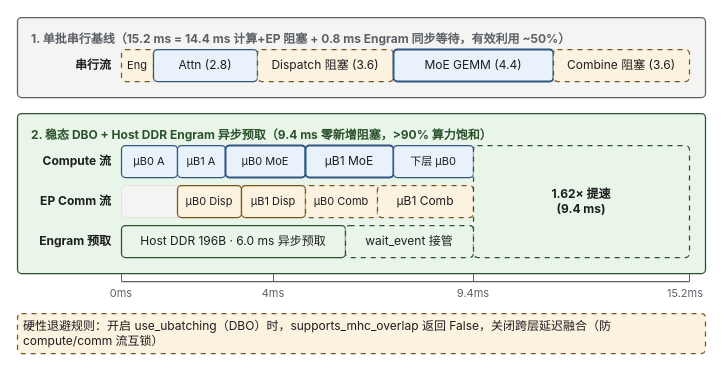
xingcanlee/infra-note keeps this draw.io diagram as src/content/posts/deepseek/10-architecture-synthesis/diagrams/10-cluster-dbo-engram.drawio. Above is the earlier version. Source tidied: cells renumbered, new cells numbered last; positions are measured from the earlier drawing's top-left corner, leaving out a move shared by most shapes. Both pictures are drawn from the tidied source at 100%, with x=0, y=0 at pixel (17, 17).
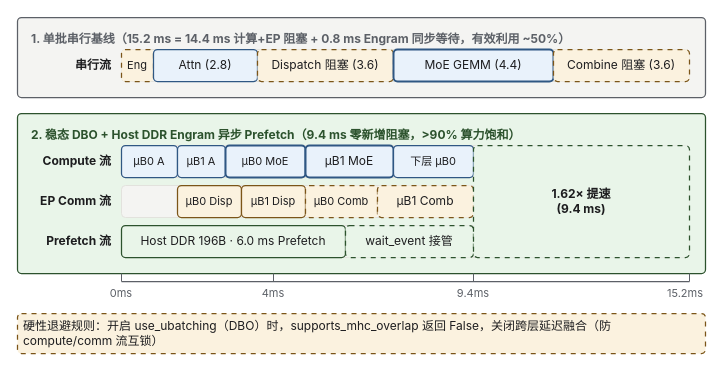
The same page after the edit.

What changed in the source:
```diff
@@
-    <mxCell id="12" value="2. 稳态 DBO + Host DDR Engram 异步预取（9.4 ms 零新增阻塞，&amp;gt;90% 算力饱和）" style="rounded=1;absoluteArcSize=1;arcSize=8;whiteSpace=wrap;html=1;fillColor=#e9f5e9;strokeColor=#2c522d;strokeWidth=1.25;verticalAlign=top;align=left;spacingLeft=12;spacingTop=8;fontFamily=Inter, Noto Sans SC;fontSize=12;fontStyle=1;fontColor=#2c522d;" parent="1" vertex="1">
+    <mxCell id="12" value="2. 稳态 DBO + Host DDR Engram 异步 Prefetch（9.4 ms 零新增阻塞，&amp;gt;90% 算力饱和）" style="rounded=1;absoluteArcSize=1;arcSize=8;whiteSpace=wrap;html=1;fillColor=#e9f5e9;strokeColor=#2c522d;strokeWidth=1.25;verticalAlign=top;align=left;spacingLeft=12;spacingTop=8;fontFamily=Inter, Noto Sans SC;fontSize=12;fontStyle=1;fontColor=#2c522d;" parent="1" vertex="1">
       <mxGeometry y="96" width="688" height="160" as="geometry" />
     </mxCell>
@@
-    <mxCell id="30" value="Engram 预取" style="text;html=1;whiteSpace=wrap;align=right;verticalAlign=middle;fontFamily=Inter, Noto Sans SC;fontSize=12;fontStyle=1;fontColor=#1d1d1f;" parent="1" vertex="1">
+    <mxCell id="30" value="Prefetch 流" style="text;html=1;whiteSpace=wrap;align=right;verticalAlign=middle;fontFamily=Inter, Noto Sans SC;fontSize=12;fontStyle=1;fontColor=#1d1d1f;" parent="1" vertex="1">
       <mxGeometry x="8" y="208" width="88" height="32" as="geometry" />
     </mxCell>
@@
-    <mxCell id="34" value="Host DDR 196B · 6.0 ms 异步预取" style="rounded=1;absoluteArcSize=1;arcSize=8;whiteSpace=wrap;html=1;fillColor=#e9f5e9;strokeColor=#2c522d;strokeWidth=1.25;align=center;verticalAlign=middle;spacing=4;fontFamily=Inter, Noto Sans SC;fontSize=12;fontColor=#1d1d1f;" parent="1" vertex="1">
+    <mxCell id="34" value="Host DDR 196B · 6.0 ms Prefetch" style="rounded=1;absoluteArcSize=1;arcSize=8;whiteSpace=wrap;html=1;fillColor=#e9f5e9;strokeColor=#2c522d;strokeWidth=1.25;align=center;verticalAlign=middle;spacing=4;fontFamily=Inter, Noto Sans SC;fontSize=12;fontColor=#1d1d1f;" parent="1" vertex="1">
       <mxGeometry x="104" y="208" width="224" height="32" as="geometry" />
     </mxCell>
```
